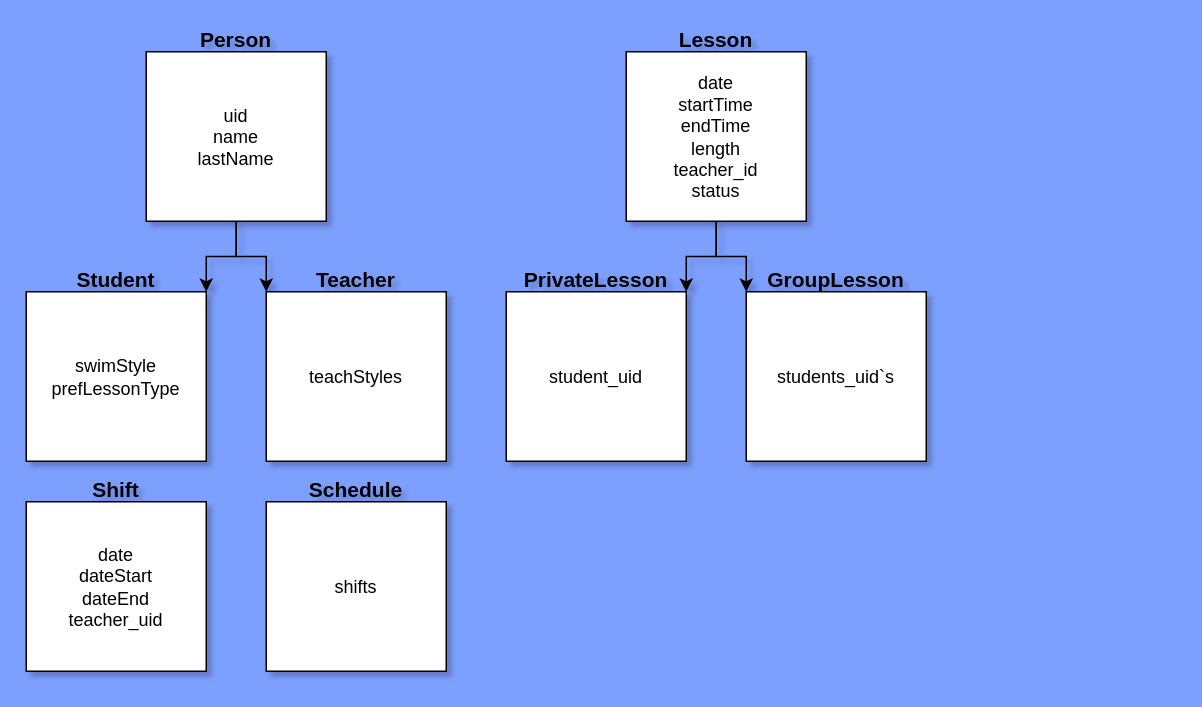
The draw.io diagram TimeToSwim.drawio in ybiblow/TimeToSwim, before the edit. Source tidied: cells renumbered, new cells numbered last; positions are measured from the earlier drawing's top-left corner, leaving out a move shared by most shapes. Both pictures are drawn from the tidied source at 150%, with x=0, y=0 at pixel (26, 26).
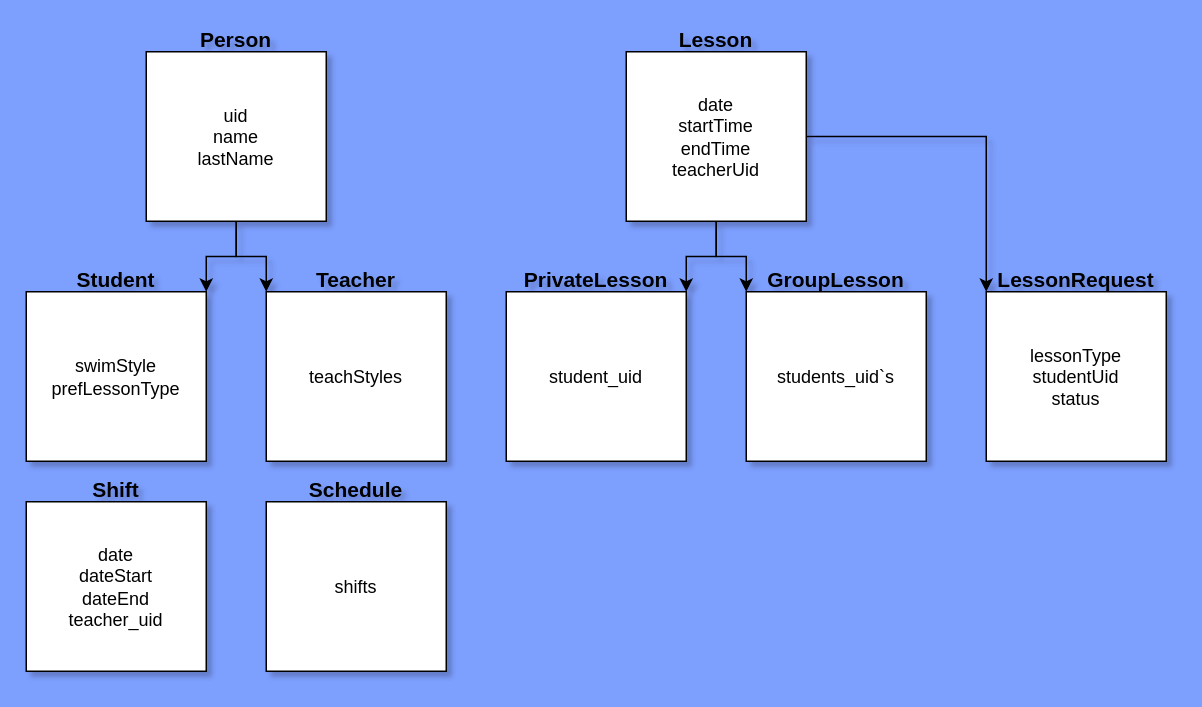
Above is the later version.

The change refers to these unchanged cells:
```xml
<mxCell id="11" style="group;" parent="1" vertex="1">
  <mxGeometry x="400" width="120" height="130" as="geometry" />
</mxCell>
```

Change to the diagram source:
```diff
@@
-    <mxCell id="12" value="date&lt;br&gt;startTime&lt;br&gt;endTime&lt;br&gt;length&lt;br&gt;teacher_id&lt;br&gt;status" style="rounded=0;whiteSpace=wrap;html=1;" parent="11" vertex="1">
+    <mxCell id="12" value="date&lt;br&gt;startTime&lt;br&gt;endTime&lt;br&gt;teacherUid" style="rounded=0;whiteSpace=wrap;html=1;" parent="11" vertex="1">
       <mxGeometry y="17" width="120" height="113" as="geometry" />
     </mxCell>
@@
+    <mxCell id="30" style="group;" parent="1" vertex="1">
+      <mxGeometry x="640" y="160" width="120" height="130" as="geometry" />
+    </mxCell>
+    <mxCell id="31" value="lessonType&lt;br&gt;studentUid&lt;br&gt;status" style="rounded=0;whiteSpace=wrap;html=1;" parent="30" vertex="1">
+      <mxGeometry y="17" width="120" height="113" as="geometry" />
+    </mxCell>
+    <mxCell id="32" value="&lt;b&gt;&lt;font style=&quot;font-size: 14px;&quot;&gt;LessonRequest&lt;/font&gt;&lt;/b&gt;" style="text;html=1;strokeColor=none;fillColor=none;align=center;verticalAlign=middle;whiteSpace=wrap;rounded=0;" parent="30" vertex="1">
+      <mxGeometry x="30" width="60" height="17" as="geometry" />
+    </mxCell>
+    <mxCell id="33" style="edgeStyle=orthogonalEdgeStyle;rounded=0;jettySize=auto;html=1;entryX=0;entryY=0;entryDx=0;entryDy=0;" parent="1" edge="1" source="12" target="31">
+      <mxGeometry relative="1" as="geometry" />
+    </mxCell>
```
